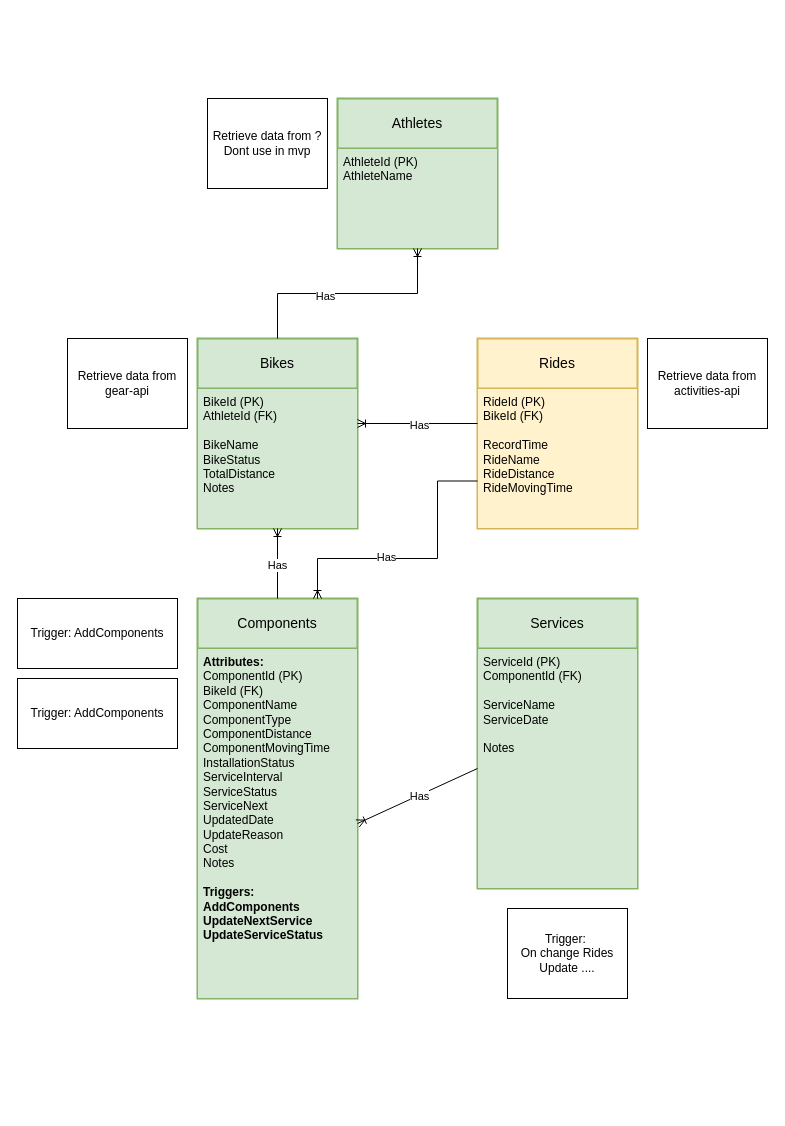
Before: page "ER diagram" (2 of 3) of docs/erd_complete.drawio in xivind/velo-supervisor-2000, a draw.io diagram. Source tidied: cells renumbered, new cells numbered last; positions are measured from the earlier drawing's top-left corner, leaving out a move shared by most shapes. Both pictures are drawn from the tidied source at 100%, with x=0, y=0 at pixel (17, 98).
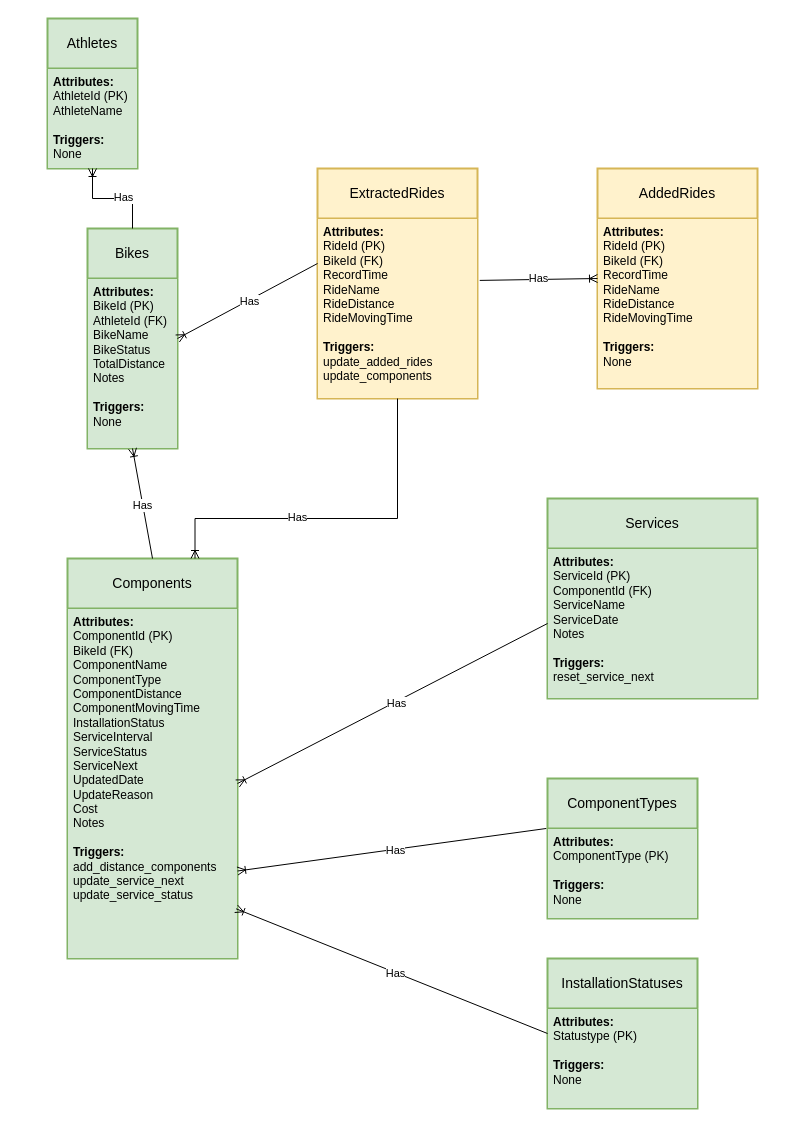
After the change.

Commit message:
Rough app architecture

What changed in the source:
```diff
@@
     <mxCell id="2" value="A&lt;span style=&quot;background-color: initial;&quot;&gt;thletes&lt;/span&gt;" style="swimlane;horizontal=1;startSize=50;rounded=1;fontSize=14;fontStyle=0;strokeWidth=2;shadow=0;dashed=0;align=center;arcSize=0;whiteSpace=wrap;html=1;fillColor=#d5e8d4;strokeColor=#82b366;" parent="1" vertex="1">
-      <mxGeometry x="320" width="160" height="150" as="geometry" />
+      <mxGeometry x="30" y="-80" width="90" height="150" as="geometry" />
     </mxCell>
-    <mxCell id="3" value="&lt;div&gt;AthleteId (PK)&lt;br&gt;&lt;/div&gt;AthleteName" style="align=left;strokeColor=#82b366;fillColor=#d5e8d4;spacingLeft=4;fontSize=12;verticalAlign=top;html=1;" parent="2" vertex="1">
-      <mxGeometry y="50" width="160" height="100" as="geometry" />
+    <mxCell id="3" value="&lt;div&gt;&lt;b&gt;Attributes:&lt;/b&gt;&lt;br&gt;&lt;/div&gt;&lt;div&gt;AthleteId (PK)&lt;br&gt;&lt;/div&gt;AthleteName&lt;div&gt;&lt;br&gt;&lt;/div&gt;&lt;div&gt;&lt;b&gt;Triggers:&lt;/b&gt;&lt;br&gt;&lt;/div&gt;&lt;div&gt;None&lt;/div&gt;" style="align=left;strokeColor=#82b366;fillColor=#d5e8d4;spacingLeft=4;fontSize=12;verticalAlign=top;html=1;" parent="2" vertex="1">
+      <mxGeometry y="50" width="90" height="100" as="geometry" />
     </mxCell>
-    <mxCell id="4" value="Rides" style="swimlane;horizontal=1;startSize=50;rounded=1;fontSize=14;fontStyle=0;strokeWidth=2;shadow=0;dashed=0;align=center;arcSize=0;whiteSpace=wrap;html=1;fillColor=#fff2cc;strokeColor=#d6b656;" parent="1" vertex="1">
-      <mxGeometry x="460" y="240" width="160" height="190" as="geometry" />
+    <mxCell id="4" value="ExtractedRides" style="swimlane;horizontal=1;startSize=50;rounded=1;fontSize=14;fontStyle=0;strokeWidth=2;shadow=0;dashed=0;align=center;arcSize=0;whiteSpace=wrap;html=1;fillColor=#fff2cc;strokeColor=#d6b656;" parent="1" vertex="1">
+      <mxGeometry x="300" y="70" width="160" height="230" as="geometry" />
     </mxCell>
-    <mxCell id="5" value="RideId (PK)&lt;div&gt;BikeId (FK)&lt;br&gt;&lt;/div&gt;&lt;div&gt;&lt;br&gt;&lt;/div&gt;&lt;div&gt;&lt;span style=&quot;background-color: initial;&quot;&gt;RecordTime&lt;/span&gt;&lt;br&gt;&lt;/div&gt;&lt;div&gt;RideName&lt;/div&gt;&lt;div&gt;&lt;span style=&quot;background-color: initial;&quot;&gt;RideDistance&lt;/span&gt;&lt;br&gt;&lt;/div&gt;&lt;div&gt;RideMovingTime&lt;br&gt;&lt;br&gt;&lt;/div&gt;" style="align=left;strokeColor=#d6b656;fillColor=#fff2cc;spacingLeft=4;fontSize=12;verticalAlign=top;html=1;" parent="4" vertex="1">
-      <mxGeometry y="50" width="160" height="140" as="geometry" />
+    <mxCell id="5" value="&lt;div&gt;&lt;b&gt;Attributes:&lt;/b&gt;&lt;br&gt;&lt;/div&gt;RideId (PK)&lt;div&gt;BikeId (FK)&lt;/div&gt;&lt;div&gt;&lt;span style=&quot;background-color: initial;&quot;&gt;RecordTime&lt;/span&gt;&lt;br&gt;&lt;/div&gt;&lt;div&gt;RideName&lt;/div&gt;&lt;div&gt;&lt;span style=&quot;background-color: initial;&quot;&gt;RideDistance&lt;/span&gt;&lt;br&gt;&lt;/div&gt;&lt;div&gt;RideMovingTime&lt;br&gt;&lt;br&gt;&lt;/div&gt;&lt;div&gt;&lt;div&gt;&lt;b&gt;Triggers:&lt;/b&gt;&lt;br&gt;&lt;/div&gt;&lt;div&gt;update_added_rides&lt;/div&gt;&lt;/div&gt;&lt;div&gt;update_components&lt;/div&gt;" style="align=left;strokeColor=#d6b656;fillColor=#fff2cc;spacingLeft=4;fontSize=12;verticalAlign=top;html=1;" parent="4" vertex="1">
+      <mxGeometry y="50" width="160" height="180" as="geometry" />
     </mxCell>
     <mxCell id="6" value="Bikes" style="swimlane;horizontal=1;startSize=50;rounded=1;fontSize=14;fontStyle=0;strokeWidth=2;shadow=0;dashed=0;align=center;arcSize=0;whiteSpace=wrap;html=1;fillColor=#d5e8d4;strokeColor=#82b366;" parent="1" vertex="1">
-      <mxGeometry x="180" y="240" width="160" height="190" as="geometry" />
+      <mxGeometry x="70" y="130" width="90" height="220" as="geometry" />
     </mxCell>
-    <mxCell id="7" value="BikeId (PK)&lt;div&gt;AthleteId (FK)&lt;/div&gt;&lt;div&gt;&lt;br&gt;&lt;/div&gt;&lt;div&gt;BikeName&lt;/div&gt;&lt;div&gt;BikeStatus&lt;br&gt;&lt;div&gt;TotalDistance&lt;/div&gt;&lt;div&gt;Notes&lt;/div&gt;&lt;/div&gt;" style="align=left;strokeColor=#82b366;fillColor=#d5e8d4;spacingLeft=4;fontSize=12;verticalAlign=top;html=1;" parent="6" vertex="1">
-      <mxGeometry y="50" width="160" height="140" as="geometry" />
+    <mxCell id="7" value="&lt;div&gt;&lt;b&gt;Attributes:&lt;/b&gt;&lt;br&gt;&lt;/div&gt;BikeId (PK)&lt;div&gt;AthleteId (FK)&lt;/div&gt;&lt;div&gt;&lt;span style=&quot;background-color: initial;&quot;&gt;BikeName&lt;/span&gt;&lt;br&gt;&lt;/div&gt;&lt;div&gt;BikeStatus&lt;br&gt;&lt;div&gt;TotalDistance&lt;/div&gt;&lt;div&gt;Notes&lt;/div&gt;&lt;/div&gt;&lt;div&gt;&lt;br&gt;&lt;/div&gt;&lt;div&gt;&lt;div&gt;&lt;b&gt;Triggers:&lt;/b&gt;&lt;br&gt;&lt;/div&gt;&lt;div&gt;None&lt;/div&gt;&lt;/div&gt;" style="align=left;strokeColor=#82b366;fillColor=#d5e8d4;spacingLeft=4;fontSize=12;verticalAlign=top;html=1;" parent="6" vertex="1">
+      <mxGeometry y="50" width="90" height="170" as="geometry" />
     </mxCell>
     <mxCell id="8" value="Components" style="swimlane;horizontal=1;startSize=50;rounded=1;fontSize=14;fontStyle=0;strokeWidth=2;shadow=0;dashed=0;align=center;arcSize=0;whiteSpace=wrap;html=1;fillColor=#d5e8d4;strokeColor=#82b366;" parent="1" vertex="1">
-      <mxGeometry x="180" y="500" width="160" height="400" as="geometry" />
+      <mxGeometry x="50" y="460" width="170" height="400" as="geometry" />
     </mxCell>
-    <mxCell id="9" value="&lt;div&gt;&lt;span style=&quot;background-color: initial;&quot;&gt;&lt;b&gt;Attributes:&lt;/b&gt;&lt;/span&gt;&lt;/div&gt;&lt;div&gt;&lt;span style=&quot;background-color: initial;&quot;&gt;ComponentId (PK)&lt;/span&gt;&lt;br&gt;&lt;/div&gt;&lt;div&gt;BikeId (FK)&lt;/div&gt;ComponentName&lt;div&gt;ComponentType&lt;/div&gt;&lt;div&gt;ComponentDistance&lt;br&gt;&lt;/div&gt;&lt;div&gt;ComponentMovingTime&lt;br&gt;&lt;/div&gt;&lt;div&gt;InstallationStatus&lt;/div&gt;&lt;div&gt;ServiceInterval&lt;/div&gt;&lt;div&gt;ServiceStatus&lt;/div&gt;&lt;div&gt;ServiceNext&lt;/div&gt;&lt;div&gt;&lt;span style=&quot;background-color: initial;&quot;&gt;Updated&lt;/span&gt;&lt;span style=&quot;background-color: initial;&quot;&gt;Date&lt;/span&gt;&lt;br&gt;&lt;/div&gt;&lt;div&gt;UpdateReason&lt;/div&gt;&lt;div&gt;Cost&lt;/div&gt;&lt;div&gt;Notes&lt;/div&gt;&lt;div&gt;&lt;br&gt;&lt;/div&gt;&lt;div&gt;&lt;b&gt;Triggers:&lt;/b&gt;&lt;/div&gt;&lt;div&gt;&lt;b&gt;AddComponents&lt;/b&gt;&lt;/div&gt;&lt;div&gt;&lt;b&gt;UpdateNextService&lt;/b&gt;&lt;/div&gt;&lt;div&gt;&lt;b&gt;UpdateServiceStatus&lt;/b&gt;&lt;/div&gt;" style="align=left;strokeColor=#82b366;fillColor=#d5e8d4;spacingLeft=4;fontSize=12;verticalAlign=top;html=1;" parent="8" vertex="1">
-      <mxGeometry y="50" width="160" height="350" as="geometry" />
+    <mxCell id="9" value="&lt;div&gt;&lt;span style=&quot;background-color: initial;&quot;&gt;&lt;b&gt;Attributes:&lt;/b&gt;&lt;/span&gt;&lt;/div&gt;&lt;div&gt;&lt;span style=&quot;background-color: initial;&quot;&gt;ComponentId (PK)&lt;/span&gt;&lt;br&gt;&lt;/div&gt;&lt;div&gt;BikeId (FK)&lt;/div&gt;ComponentName&lt;div&gt;ComponentType&lt;/div&gt;&lt;div&gt;ComponentDistance&lt;br&gt;&lt;/div&gt;&lt;div&gt;ComponentMovingTime&lt;br&gt;&lt;/div&gt;&lt;div&gt;InstallationStatus&lt;/div&gt;&lt;div&gt;ServiceInterval&lt;/div&gt;&lt;div&gt;ServiceStatus&lt;/div&gt;&lt;div&gt;ServiceNext&lt;/div&gt;&lt;div&gt;&lt;span style=&quot;background-color: initial;&quot;&gt;Updated&lt;/span&gt;&lt;span style=&quot;background-color: initial;&quot;&gt;Date&lt;/span&gt;&lt;br&gt;&lt;/div&gt;&lt;div&gt;UpdateReason&lt;/div&gt;&lt;div&gt;Cost&lt;/div&gt;&lt;div&gt;Notes&lt;/div&gt;&lt;div&gt;&lt;br&gt;&lt;/div&gt;&lt;div&gt;&lt;b&gt;Triggers:&lt;/b&gt;&lt;/div&gt;&lt;div&gt;add_distance_components&lt;/div&gt;&lt;div&gt;update_service_next&lt;/div&gt;&lt;div&gt;update_service_status&lt;/div&gt;" style="align=left;strokeColor=#82b366;fillColor=#d5e8d4;spacingLeft=4;fontSize=12;verticalAlign=top;html=1;" parent="8" vertex="1">
+      <mxGeometry y="50" width="170" height="350" as="geometry" />
     </mxCell>
     <mxCell id="10" value="Services" style="swimlane;horizontal=1;startSize=50;rounded=1;fontSize=14;fontStyle=0;strokeWidth=2;shadow=0;dashed=0;align=center;arcSize=0;whiteSpace=wrap;html=1;fillColor=#d5e8d4;strokeColor=#82b366;" parent="1" vertex="1">
-      <mxGeometry x="460" y="500" width="160" height="290" as="geometry" />
+      <mxGeometry x="530" y="400" width="210" height="200" as="geometry" />
     </mxCell>
-    <mxCell id="11" value="&lt;div&gt;ServiceId (PK)&lt;/div&gt;&lt;div&gt;ComponentId (FK)&lt;/div&gt;&lt;div&gt;&lt;br&gt;&lt;/div&gt;&lt;div&gt;ServiceName&lt;/div&gt;ServiceDate&lt;div&gt;&lt;br&gt;&lt;/div&gt;&lt;div&gt;Notes&lt;/div&gt;" style="align=left;strokeColor=#82b366;fillColor=#d5e8d4;spacingLeft=4;fontSize=12;verticalAlign=top;html=1;" parent="10" vertex="1">
-      <mxGeometry y="50" width="160" height="240" as="geometry" />
+    <mxCell id="11" value="&lt;div&gt;&lt;b&gt;Attributes:&lt;/b&gt;&lt;br&gt;&lt;/div&gt;&lt;div&gt;ServiceId (PK)&lt;/div&gt;&lt;div&gt;ComponentId (FK)&lt;/div&gt;&lt;div&gt;ServiceName&lt;/div&gt;ServiceDate&lt;div&gt;Notes&lt;/div&gt;&lt;div&gt;&lt;br&gt;&lt;/div&gt;&lt;div&gt;&lt;div&gt;&lt;b&gt;Triggers:&lt;/b&gt;&lt;br&gt;&lt;/div&gt;&lt;div&gt;reset_service_next&lt;/div&gt;&lt;/div&gt;" style="align=left;strokeColor=#82b366;fillColor=#d5e8d4;spacingLeft=4;fontSize=12;verticalAlign=top;html=1;" parent="10" vertex="1">
+      <mxGeometry y="50" width="210" height="150" as="geometry" />
     </mxCell>
-    <mxCell id="12" style="fontSize=12;html=1;endArrow=ERoneToMany;rounded=0;exitX=0;exitY=0.75;exitDx=0;exitDy=0;edgeStyle=orthogonalEdgeStyle;entryX=0.75;entryY=0;entryDx=0;entryDy=0;" parent="1" edge="1" source="4" target="8">
+    <mxCell id="12" style="fontSize=12;html=1;endArrow=ERoneToMany;rounded=0;exitX=0.5;exitY=1;exitDx=0;exitDy=0;edgeStyle=orthogonalEdgeStyle;entryX=0.75;entryY=0;entryDx=0;entryDy=0;" parent="1" edge="1" source="5" target="8">
       <mxGeometry relative="1" as="geometry">
         <Array as="points">
-          <mxPoint x="420" y="383" />
-          <mxPoint x="420" y="460" />
-          <mxPoint x="300" y="460" />
+          <mxPoint x="380" y="420" />
+          <mxPoint x="178" y="420" />
         </Array>
       </mxGeometry>
     </mxCell>
@@
-    <mxCell id="20" value="Trigger:&amp;nbsp;&lt;div&gt;On change Rides Update ....&lt;/div&gt;" style="whiteSpace=wrap;html=1;" parent="1" vertex="1">
-      <mxGeometry x="490" y="810" width="120" height="90" as="geometry" />
-    </mxCell>
-    <mxCell id="21" value="Trigger: AddComponents" style="whiteSpace=wrap;html=1;" parent="1" vertex="1">
-      <mxGeometry y="500" width="160" height="70" as="geometry" />
-    </mxCell>
-    <mxCell id="22" value="Retrieve data from activities-api" style="whiteSpace=wrap;html=1;" parent="1" vertex="1">
-      <mxGeometry x="630" y="240" width="120" height="90" as="geometry" />
-    </mxCell>
-    <mxCell id="23" value="Retrieve data from gear-api" style="whiteSpace=wrap;html=1;" parent="1" vertex="1">
-      <mxGeometry x="50" y="240" width="120" height="90" as="geometry" />
-    </mxCell>
-    <mxCell id="24" style="fontSize=12;html=1;endArrow=ERoneToMany;rounded=0;exitX=0;exitY=0.25;exitDx=0;exitDy=0;" parent="1" edge="1" source="5">
-      <mxGeometry relative="1" as="geometry">
-        <mxPoint x="340" y="325" as="targetPoint" />
-      </mxGeometry>
+    <mxCell id="24" style="fontSize=12;html=1;endArrow=ERoneToMany;rounded=0;exitX=0;exitY=0.25;exitDx=0;exitDy=0;entryX=1;entryY=0.5;entryDx=0;entryDy=0;" parent="1" edge="1" source="5" target="6">
+      <mxGeometry relative="1" as="geometry" />
     </mxCell>
@@
-    <mxCell id="26" value="Retrieve data from ?&lt;div&gt;Dont use in mvp&lt;/div&gt;" style="whiteSpace=wrap;html=1;" parent="1" vertex="1">
-      <mxGeometry x="190" width="120" height="90" as="geometry" />
-    </mxCell>
-    <mxCell id="27" value="Trigger: AddComponents" style="whiteSpace=wrap;html=1;" parent="1" vertex="1">
-      <mxGeometry y="580" width="160" height="70" as="geometry" />
-    </mxCell>
+    <mxCell id="28" value="AddedRides" style="swimlane;horizontal=1;startSize=50;rounded=1;fontSize=14;fontStyle=0;strokeWidth=2;shadow=0;dashed=0;align=center;arcSize=0;whiteSpace=wrap;html=1;fillColor=#fff2cc;strokeColor=#d6b656;" parent="1" vertex="1">
+      <mxGeometry x="580" y="70" width="160" height="220" as="geometry" />
+    </mxCell>
+    <mxCell id="29" value="&lt;div&gt;&lt;b&gt;Attributes:&lt;/b&gt;&lt;br&gt;&lt;/div&gt;RideId (PK)&lt;div&gt;BikeId (FK)&lt;/div&gt;&lt;div&gt;&lt;span style=&quot;background-color: initial;&quot;&gt;RecordTime&lt;/span&gt;&lt;br&gt;&lt;/div&gt;&lt;div&gt;RideName&lt;/div&gt;&lt;div&gt;&lt;span style=&quot;background-color: initial;&quot;&gt;RideDistance&lt;/span&gt;&lt;br&gt;&lt;/div&gt;&lt;div&gt;RideMovingTime&lt;br&gt;&lt;br&gt;&lt;/div&gt;&lt;div&gt;&lt;div&gt;&lt;b&gt;Triggers:&lt;/b&gt;&lt;br&gt;&lt;/div&gt;&lt;div&gt;None&lt;/div&gt;&lt;/div&gt;" style="align=left;strokeColor=#d6b656;fillColor=#fff2cc;spacingLeft=4;fontSize=12;verticalAlign=top;html=1;" parent="28" vertex="1">
+      <mxGeometry y="50" width="160" height="170" as="geometry" />
+    </mxCell>
+    <mxCell id="30" value="InstallationStatuses" style="swimlane;horizontal=1;startSize=50;rounded=1;fontSize=14;fontStyle=0;strokeWidth=2;shadow=0;dashed=0;align=center;arcSize=0;whiteSpace=wrap;html=1;fillColor=#d5e8d4;strokeColor=#82b366;" parent="1" vertex="1">
+      <mxGeometry x="530" y="860" width="150" height="150" as="geometry" />
+    </mxCell>
+    <mxCell id="31" value="&lt;div&gt;&lt;b&gt;Attributes:&lt;/b&gt;&lt;br&gt;&lt;/div&gt;&lt;div&gt;Statustype (PK)&lt;/div&gt;&lt;div&gt;&lt;br&gt;&lt;/div&gt;&lt;div&gt;&lt;div&gt;&lt;b&gt;Triggers:&lt;/b&gt;&lt;br&gt;&lt;/div&gt;&lt;div&gt;None&lt;/div&gt;&lt;/div&gt;" style="align=left;strokeColor=#82b366;fillColor=#d5e8d4;spacingLeft=4;fontSize=12;verticalAlign=top;html=1;" parent="30" vertex="1">
+      <mxGeometry y="50" width="150" height="100" as="geometry" />
+    </mxCell>
+    <mxCell id="32" value="ComponentTypes" style="swimlane;horizontal=1;startSize=50;rounded=1;fontSize=14;fontStyle=0;strokeWidth=2;shadow=0;dashed=0;align=center;arcSize=0;whiteSpace=wrap;html=1;fillColor=#d5e8d4;strokeColor=#82b366;" parent="1" vertex="1">
+      <mxGeometry x="530" y="680" width="150" height="140" as="geometry" />
+    </mxCell>
+    <mxCell id="33" value="&lt;div&gt;&lt;b&gt;Attributes:&lt;/b&gt;&lt;br&gt;&lt;/div&gt;&lt;div&gt;ComponentType (PK)&lt;/div&gt;&lt;div&gt;&lt;br&gt;&lt;/div&gt;&lt;div&gt;&lt;div&gt;&lt;b&gt;Triggers:&lt;/b&gt;&lt;br&gt;&lt;/div&gt;&lt;div&gt;None&lt;/div&gt;&lt;/div&gt;" style="align=left;strokeColor=#82b366;fillColor=#d5e8d4;spacingLeft=4;fontSize=12;verticalAlign=top;html=1;" parent="32" vertex="1">
+      <mxGeometry y="50" width="150" height="90" as="geometry" />
+    </mxCell>
+    <mxCell id="34" style="fontSize=12;html=1;endArrow=ERoneToMany;rounded=0;entryX=0;entryY=0.5;entryDx=0;entryDy=0;exitX=1.014;exitY=0.344;exitDx=0;exitDy=0;exitPerimeter=0;" parent="1" edge="1" source="5" target="28">
+      <mxGeometry relative="1" as="geometry" />
+    </mxCell>
+    <mxCell id="35" value="Has" style="edgeLabel;html=1;align=center;verticalAlign=middle;" parent="34" vertex="1">
+      <mxGeometry x="-0.02" y="1" relative="1" as="geometry" />
+    </mxCell>
+    <mxCell id="36" style="fontSize=12;html=1;endArrow=ERoneToMany;rounded=0;exitX=-0.008;exitY=0.357;exitDx=0;exitDy=0;entryX=1;entryY=0.75;entryDx=0;entryDy=0;exitPerimeter=0;" parent="1" edge="1" source="32" target="9">
+      <mxGeometry relative="1" as="geometry" />
+    </mxCell>
+    <mxCell id="37" value="Has" style="edgeLabel;html=1;align=center;verticalAlign=middle;" parent="36" vertex="1">
+      <mxGeometry x="-0.02" y="1" relative="1" as="geometry" />
+    </mxCell>
+    <mxCell id="38" style="fontSize=12;html=1;endArrow=ERoneToMany;rounded=0;exitX=0;exitY=0.25;exitDx=0;exitDy=0;entryX=0.992;entryY=0.858;entryDx=0;entryDy=0;entryPerimeter=0;" parent="1" edge="1" source="31" target="9">
+      <mxGeometry relative="1" as="geometry" />
+    </mxCell>
+    <mxCell id="39" value="Has" style="edgeLabel;html=1;align=center;verticalAlign=middle;" parent="38" vertex="1">
+      <mxGeometry x="-0.02" y="1" relative="1" as="geometry" />
+    </mxCell>
```
